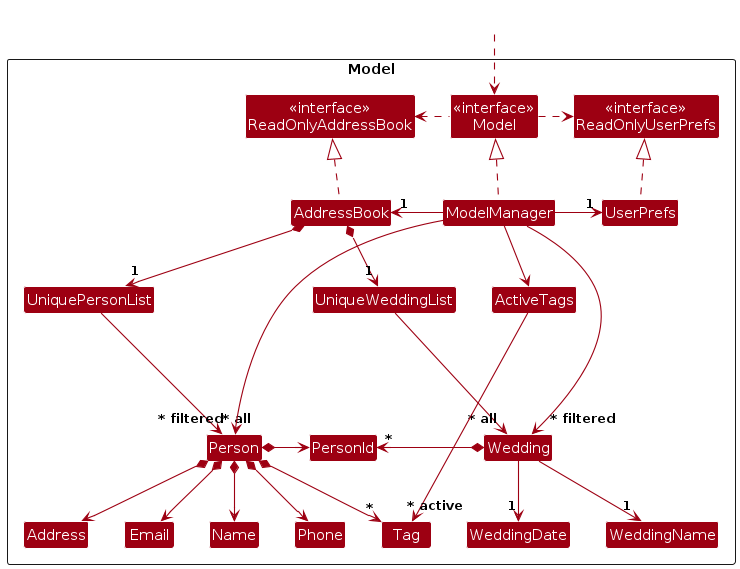
The PlantUML diagram diagrams/ModelClassDiagram.png in AY2425S1-CS2103T-T12-2/tp, before a commit. Its source is kept beside it as diagrams/ModelClassDiagram.puml.
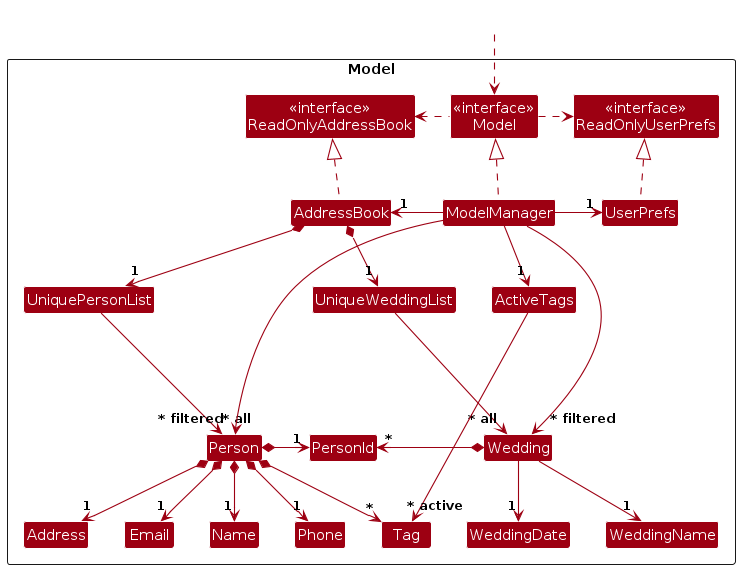
Above is the later version.

What changed in the source:
```diff
@@ -42,18 +42,18 @@
 Model .left.> ReadOnlyAddressBook
 ModelManager -left-> "1" AddressBook
 ModelManager -right-> "1" UserPrefs
-ModelManager -down-> ActiveTags
+ModelManager -down-> "1" ActiveTags
 UserPrefs .up.|> ReadOnlyUserPrefs
 
 AddressBook *-down-> "1" UniquePersonList
 AddressBook *-down-> "1" UniqueWeddingList
 UniquePersonList ---> "~* all" Person
 UniqueWeddingList ---> "~* all" Wedding
-Person *-right-> PersonId
-Person *--> Name
-Person *--> Phone
-Person *--> Email
-Person *--> Address
+Person *-right-> "1" PersonId
+Person *--> "1" Name
+Person *--> "1" Phone
+Person *--> "1" Email
+Person *--> "1" Address
 Person *--> "*" Tag
 
 ActiveTags ----> "~* active" Tag
```
